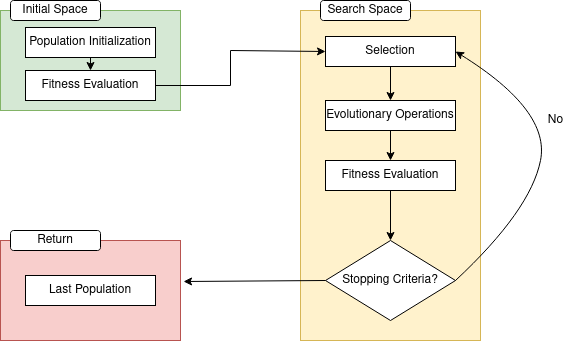
duclos-cavalcanti/tum-msei-seminar keeps this draw.io diagram as paper/evol.png. Above is the earlier version. Source tidied: cells renumbered, new cells last; positions are measured from the earlier drawing's top-left corner, leaving out a move shared by most shapes. Source of this version:
```xml
<mxGraphModel>
  <root>
    <mxCell id="0" />
    <mxCell id="1" parent="0" />
    <mxCell id="2" style="rounded=0;whiteSpace=wrap;html=1;fillColor=#d5e8d4;strokeColor=#82b366;" parent="1" vertex="1">
      <mxGeometry y="10" width="180" height="100" as="geometry" />
    </mxCell>
    <mxCell id="3" style="rounded=0;whiteSpace=wrap;html=1;fillColor=#fff2cc;strokeColor=#d6b656;" parent="1" vertex="1">
      <mxGeometry x="300" y="10" width="180" height="330" as="geometry" />
    </mxCell>
    <mxCell id="4" style="rounded=0;whiteSpace=wrap;html=1;fillColor=#f8cecc;strokeColor=#b85450;" parent="1" vertex="1">
      <mxGeometry y="240" width="180" height="100" as="geometry" />
    </mxCell>
    <mxCell id="5" value="Population Initialization" style="rounded=0;whiteSpace=wrap;html=1;" parent="1" vertex="1">
      <mxGeometry x="25" y="27" width="130" height="30" as="geometry" />
    </mxCell>
    <mxCell id="6" value="Fitness Evaluation" style="rounded=0;whiteSpace=wrap;html=1;" parent="1" vertex="1">
      <mxGeometry x="25" y="70" width="130" height="30" as="geometry" />
    </mxCell>
    <mxCell id="7" style="endArrow=classic;html=1;rounded=0;exitX=0.5;exitY=1;exitDx=0;exitDy=0;entryX=0.5;entryY=0;entryDx=0;entryDy=0;" parent="1" edge="1" source="5" target="6">
      <mxGeometry relative="1" as="geometry" />
    </mxCell>
    <mxCell id="8" value="Selection" style="rounded=0;whiteSpace=wrap;html=1;" parent="1" vertex="1">
      <mxGeometry x="325" y="36" width="130" height="30" as="geometry" />
    </mxCell>
    <mxCell id="9" style="endArrow=classic;html=1;rounded=0;exitX=1;exitY=0.5;exitDx=0;exitDy=0;entryX=0;entryY=0.5;entryDx=0;entryDy=0;" parent="1" edge="1" source="6" target="8">
      <mxGeometry relative="1" as="geometry">
        <Array as="points">
          <mxPoint x="230" y="85" />
          <mxPoint x="230" y="50" />
        </Array>
      </mxGeometry>
    </mxCell>
    <mxCell id="10" value="Initial Space" style="rounded=1;whiteSpace=wrap;html=1;" parent="1" vertex="1">
      <mxGeometry x="10" width="90" height="20" as="geometry" />
    </mxCell>
    <mxCell id="11" value="Search Space" style="rounded=1;whiteSpace=wrap;html=1;" parent="1" vertex="1">
      <mxGeometry x="320" width="90" height="20" as="geometry" />
    </mxCell>
    <mxCell id="12" value="Return" style="rounded=1;whiteSpace=wrap;html=1;" parent="1" vertex="1">
      <mxGeometry x="10" y="230" width="90" height="20" as="geometry" />
    </mxCell>
    <mxCell id="13" value="Evolutionary Operations" style="rounded=0;whiteSpace=wrap;html=1;" parent="1" vertex="1">
      <mxGeometry x="325" y="100" width="130" height="30" as="geometry" />
    </mxCell>
    <mxCell id="14" value="Fitness Evaluation" style="rounded=0;whiteSpace=wrap;html=1;" parent="1" vertex="1">
      <mxGeometry x="325" y="160" width="130" height="30" as="geometry" />
    </mxCell>
    <mxCell id="15" value="Stopping Criteria?" style="rhombus;whiteSpace=wrap;html=1;" parent="1" vertex="1">
      <mxGeometry x="325" y="240" width="130" height="80" as="geometry" />
    </mxCell>
    <mxCell id="16" style="endArrow=classic;html=1;rounded=0;entryX=0.5;entryY=0;entryDx=0;entryDy=0;exitX=0.5;exitY=1;exitDx=0;exitDy=0;" parent="1" edge="1" source="14" target="15">
      <mxGeometry relative="1" as="geometry" />
    </mxCell>
    <mxCell id="17" style="endArrow=classic;html=1;rounded=0;exitX=0.5;exitY=1;exitDx=0;exitDy=0;entryX=0.5;entryY=0;entryDx=0;entryDy=0;" parent="1" edge="1" source="8" target="13">
      <mxGeometry relative="1" as="geometry" />
    </mxCell>
    <mxCell id="18" style="endArrow=classic;html=1;rounded=0;exitX=0.5;exitY=1;exitDx=0;exitDy=0;entryX=0.5;entryY=0;entryDx=0;entryDy=0;" parent="1" edge="1" source="13" target="14">
      <mxGeometry relative="1" as="geometry" />
    </mxCell>
    <mxCell id="19" style="curved=1;endArrow=classic;html=1;rounded=0;exitX=1;exitY=0.5;exitDx=0;exitDy=0;entryX=1;entryY=0.5;entryDx=0;entryDy=0;" parent="1" edge="1" source="15" target="8">
      <mxGeometry relative="1" as="geometry">
        <Array as="points">
          <mxPoint x="530" y="210" />
          <mxPoint x="550" y="110" />
        </Array>
      </mxGeometry>
    </mxCell>
    <mxCell id="20" value="No" style="text;html=1;align=center;verticalAlign=middle;strokeColor=none;fillColor=none;" parent="1" vertex="1">
      <mxGeometry x="540" y="110" width="30" height="20" as="geometry" />
    </mxCell>
    <mxCell id="21" style="endArrow=classic;html=1;rounded=0;exitX=0;exitY=0.5;exitDx=0;exitDy=0;entryX=1.017;entryY=0.41;entryDx=0;entryDy=0;entryPerimeter=0;" parent="1" edge="1" source="15" target="4">
      <mxGeometry relative="1" as="geometry" />
    </mxCell>
    <mxCell id="22" value="Last Population" style="rounded=0;whiteSpace=wrap;html=1;" parent="1" vertex="1">
      <mxGeometry x="25" y="275" width="130" height="30" as="geometry" />
    </mxCell>
  </root>
</mxGraphModel>
```
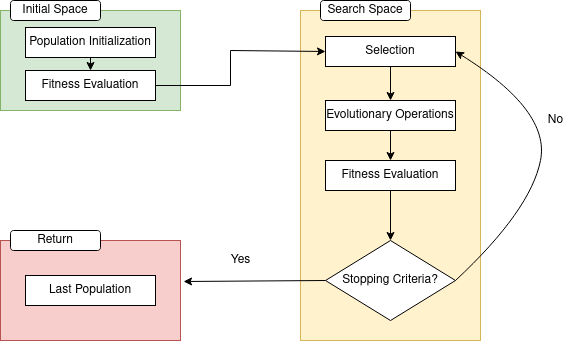
The same file after the commit.

What changed in the source:
```diff
@@ -75,5 +75,8 @@
     <mxCell id="22" value="Last Population" style="rounded=0;whiteSpace=wrap;html=1;" parent="1" vertex="1">
       <mxGeometry x="25" y="275" width="130" height="30" as="geometry" />
     </mxCell>
+    <mxCell id="23" value="Yes" style="text;html=1;align=center;verticalAlign=middle;strokeColor=none;fillColor=none;" parent="1" vertex="1">
+      <mxGeometry x="220" y="250" width="40" height="20" as="geometry" />
+    </mxCell>
   </root>
 </mxGraphModel>
```
